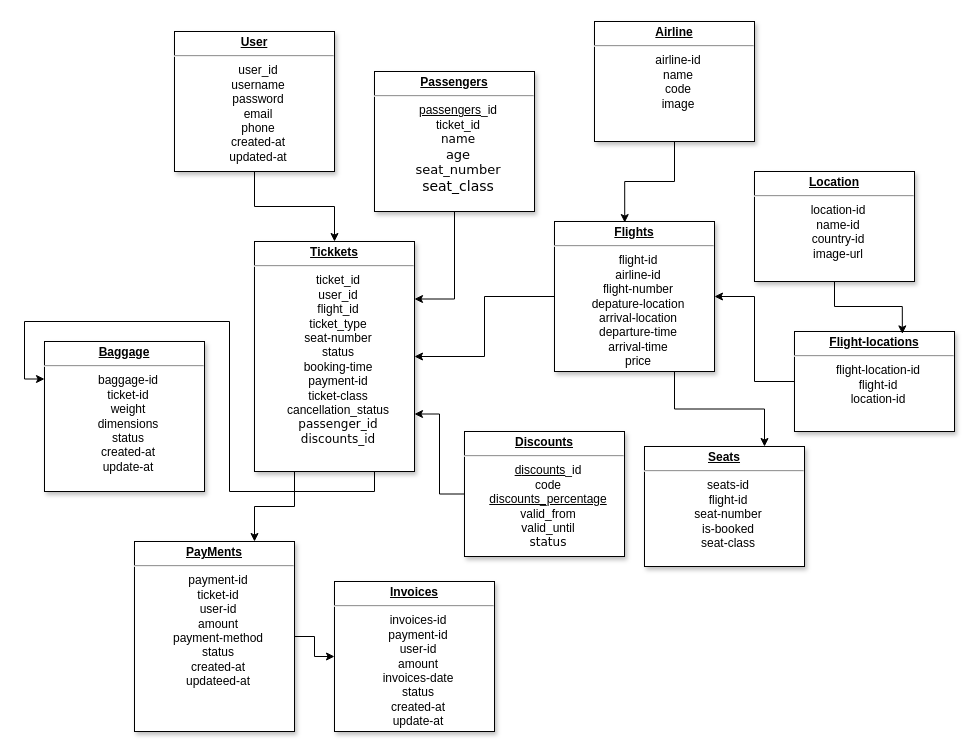
The draw.io diagram page "DataBase" (1 of 4) of Biểu đồ không có tiêu đề.drawio in DungZG/TrackingFlight, before the edit. Source tidied: cells renumbered, new cells numbered last; positions are measured from the earlier drawing's top-left corner, leaving out a move shared by most shapes. Both pictures are drawn from the tidied source at 100%, with x=0, y=0 at pixel (44, 21).
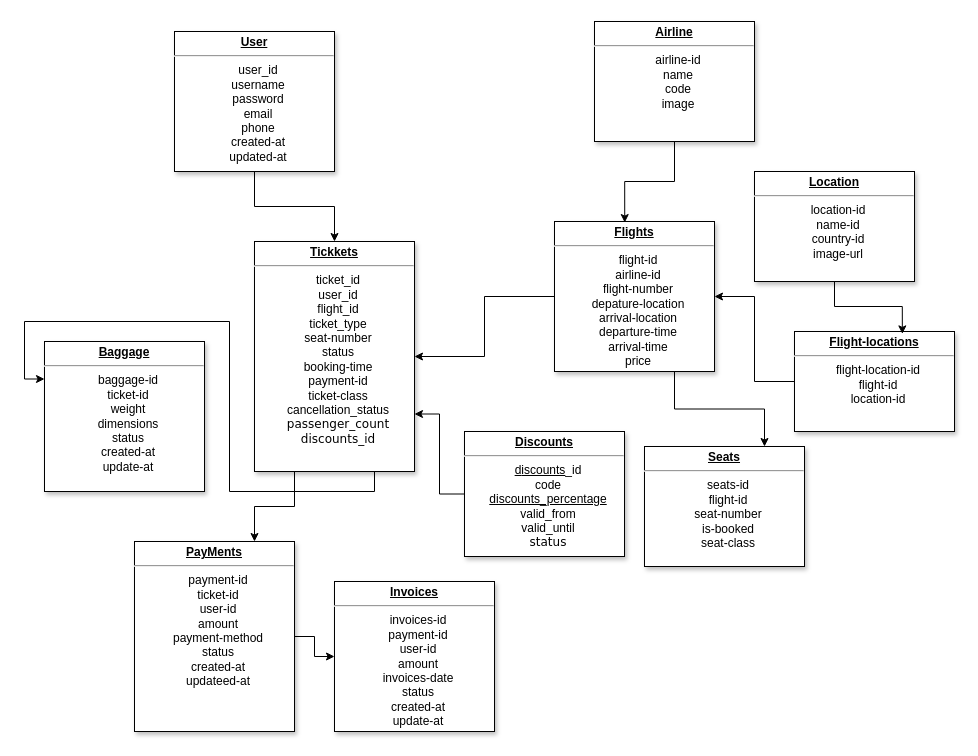
The same page after the edit.

Commit message:
Cập nhật Biểu đồ không có tiêu đề.drawio

Change to the diagram source:
```diff
@@
-    <mxCell id="6" value="&lt;p style=&quot;text-align: center; margin: 4px 0px 0px;&quot;&gt;&lt;b&gt;&lt;u&gt;Tickkets&lt;/u&gt;&lt;/b&gt;&lt;/p&gt;&lt;hr style=&quot;text-align: center;&quot;&gt;&lt;p style=&quot;text-align: center; margin: 0px 0px 0px 8px;&quot;&gt;ticket_id&lt;/p&gt;&lt;p style=&quot;text-align: center; margin: 0px 0px 0px 8px;&quot;&gt;user_id&lt;/p&gt;&lt;p style=&quot;text-align: center; margin: 0px 0px 0px 8px;&quot;&gt;flight_id&lt;/p&gt;&lt;p style=&quot;text-align: center; margin: 0px 0px 0px 8px;&quot;&gt;ticket_type&lt;/p&gt;&lt;p style=&quot;text-align: center; margin: 0px 0px 0px 8px;&quot;&gt;seat-number&lt;/p&gt;&lt;p style=&quot;text-align: center; margin: 0px 0px 0px 8px;&quot;&gt;status&lt;/p&gt;&lt;p style=&quot;text-align: center; margin: 0px 0px 0px 8px;&quot;&gt;booking-time&lt;/p&gt;&lt;p style=&quot;text-align: center; margin: 0px 0px 0px 8px;&quot;&gt;payment-id&lt;/p&gt;&lt;p style=&quot;text-align: center; margin: 0px 0px 0px 8px;&quot;&gt;ticket-class&lt;/p&gt;&lt;p style=&quot;text-align: center; margin: 0px 0px 0px 8px;&quot;&gt;cancellation_status&lt;/p&gt;&lt;p style=&quot;text-align: center; margin: 0px 0px 0px 8px;&quot;&gt;&lt;span style=&quot;font-family: &amp;quot;trebuchet ms&amp;quot;, verdana, arial, sans-serif; text-align: start;&quot;&gt;&lt;font&gt;passenger_id&lt;/font&gt;&lt;/span&gt;&lt;/p&gt;&lt;p style=&quot;text-align: center; margin: 0px 0px 0px 8px;&quot;&gt;&lt;span style=&quot;font-family: &amp;quot;trebuchet ms&amp;quot;, verdana, arial, sans-serif; text-align: start;&quot;&gt;&lt;font&gt;discounts_id&lt;/font&gt;&lt;/span&gt;&lt;/p&gt;" style="verticalAlign=top;align=left;overflow=fill;fontSize=12;fontFamily=Helvetica;html=1;shadow=1;labelBackgroundColor=none;" parent="1" vertex="1">
+    <mxCell id="6" value="&lt;p style=&quot;text-align: center; margin: 4px 0px 0px;&quot;&gt;&lt;b&gt;&lt;u&gt;Tickkets&lt;/u&gt;&lt;/b&gt;&lt;/p&gt;&lt;hr style=&quot;text-align: center;&quot;&gt;&lt;p style=&quot;text-align: center; margin: 0px 0px 0px 8px;&quot;&gt;ticket_id&lt;/p&gt;&lt;p style=&quot;text-align: center; margin: 0px 0px 0px 8px;&quot;&gt;user_id&lt;/p&gt;&lt;p style=&quot;text-align: center; margin: 0px 0px 0px 8px;&quot;&gt;flight_id&lt;/p&gt;&lt;p style=&quot;text-align: center; margin: 0px 0px 0px 8px;&quot;&gt;ticket_type&lt;/p&gt;&lt;p style=&quot;text-align: center; margin: 0px 0px 0px 8px;&quot;&gt;seat-number&lt;/p&gt;&lt;p style=&quot;text-align: center; margin: 0px 0px 0px 8px;&quot;&gt;status&lt;/p&gt;&lt;p style=&quot;text-align: center; margin: 0px 0px 0px 8px;&quot;&gt;booking-time&lt;/p&gt;&lt;p style=&quot;text-align: center; margin: 0px 0px 0px 8px;&quot;&gt;payment-id&lt;/p&gt;&lt;p style=&quot;text-align: center; margin: 0px 0px 0px 8px;&quot;&gt;ticket-class&lt;/p&gt;&lt;p style=&quot;text-align: center; margin: 0px 0px 0px 8px;&quot;&gt;cancellation_status&lt;/p&gt;&lt;p style=&quot;text-align: center; margin: 0px 0px 0px 8px;&quot;&gt;&lt;span style=&quot;font-family: &amp;quot;trebuchet ms&amp;quot;, verdana, arial, sans-serif; text-align: start;&quot;&gt;&lt;font&gt;passenger_count&lt;/font&gt;&lt;/span&gt;&lt;/p&gt;&lt;p style=&quot;text-align: center; margin: 0px 0px 0px 8px;&quot;&gt;&lt;span style=&quot;font-family: &amp;quot;trebuchet ms&amp;quot;, verdana, arial, sans-serif; text-align: start;&quot;&gt;&lt;font&gt;discounts_id&lt;/font&gt;&lt;/span&gt;&lt;/p&gt;" style="verticalAlign=top;align=left;overflow=fill;fontSize=12;fontFamily=Helvetica;html=1;shadow=1;labelBackgroundColor=none;" parent="1" vertex="1">
       <mxGeometry x="210" y="220" width="160" height="230" as="geometry" />
     </mxCell>
@@
-    <mxCell id="20" style="edgeStyle=orthogonalEdgeStyle;rounded=0;jettySize=auto;html=1;entryX=1;entryY=0.25;entryDx=0;entryDy=0;" parent="1" edge="1" source="21" target="6">
-      <mxGeometry relative="1" as="geometry" />
-    </mxCell>
-    <mxCell id="21" value="&lt;p style=&quot;text-align: center; margin: 4px 0px 0px;&quot;&gt;&lt;b&gt;&lt;u&gt;Passengers&lt;/u&gt;&lt;/b&gt;&lt;/p&gt;&lt;hr style=&quot;text-align: center;&quot;&gt;&lt;p style=&quot;text-align: center; margin: 0px 0px 0px 8px;&quot;&gt;&lt;font&gt;&lt;span style=&quot;background-color: transparent; color: light-dark(rgb(0, 0, 0), rgb(255, 255, 255));&quot;&gt;&lt;u style=&quot;&quot;&gt;passengers&lt;/u&gt;&lt;/span&gt;_id&lt;/font&gt;&lt;/p&gt;&lt;p style=&quot;text-align: center; margin: 0px 0px 0px 8px;&quot;&gt;&lt;font&gt;ticket_id&lt;/font&gt;&lt;/p&gt;&lt;p style=&quot;text-align: center; margin: 0px 0px 0px 8px;&quot;&gt;&lt;span style=&quot;font-family: &amp;quot;trebuchet ms&amp;quot;, verdana, arial, sans-serif; text-align: start;&quot;&gt;&lt;font&gt;name&lt;/font&gt;&lt;/span&gt;&lt;/p&gt;&lt;p style=&quot;text-align: center; margin: 0px 0px 0px 8px;&quot;&gt;&lt;span style=&quot;font-family: &amp;quot;trebuchet ms&amp;quot;, verdana, arial, sans-serif; text-align: start;&quot;&gt;&lt;font style=&quot;font-size: 13px;&quot;&gt;age&lt;/font&gt;&lt;/span&gt;&lt;/p&gt;&lt;p style=&quot;text-align: center; margin: 0px 0px 0px 8px;&quot;&gt;&lt;span style=&quot;font-family: &amp;quot;trebuchet ms&amp;quot;, verdana, arial, sans-serif; text-align: start;&quot;&gt;&lt;font style=&quot;font-size: 13px;&quot;&gt;seat_number&lt;/font&gt;&lt;/span&gt;&lt;/p&gt;&lt;p style=&quot;text-align: center; margin: 0px 0px 0px 8px;&quot;&gt;&lt;span style=&quot;font-family: &amp;quot;trebuchet ms&amp;quot;, verdana, arial, sans-serif; background-color: transparent; color: light-dark(rgb(0, 0, 0), rgb(255, 255, 255)); text-align: left;&quot;&gt;&lt;font style=&quot;font-size: 14px;&quot;&gt;seat_class&lt;/font&gt;&lt;/span&gt;&lt;/p&gt;&lt;p style=&quot;text-align: center; margin: 0px 0px 0px 8px;&quot;&gt;&lt;br&gt;&lt;/p&gt;" style="verticalAlign=top;align=left;overflow=fill;fontSize=12;fontFamily=Helvetica;html=1;shadow=1;labelBackgroundColor=none;" parent="1" vertex="1">
-      <mxGeometry x="330" y="50" width="160" height="140" as="geometry" />
-    </mxCell>
```
